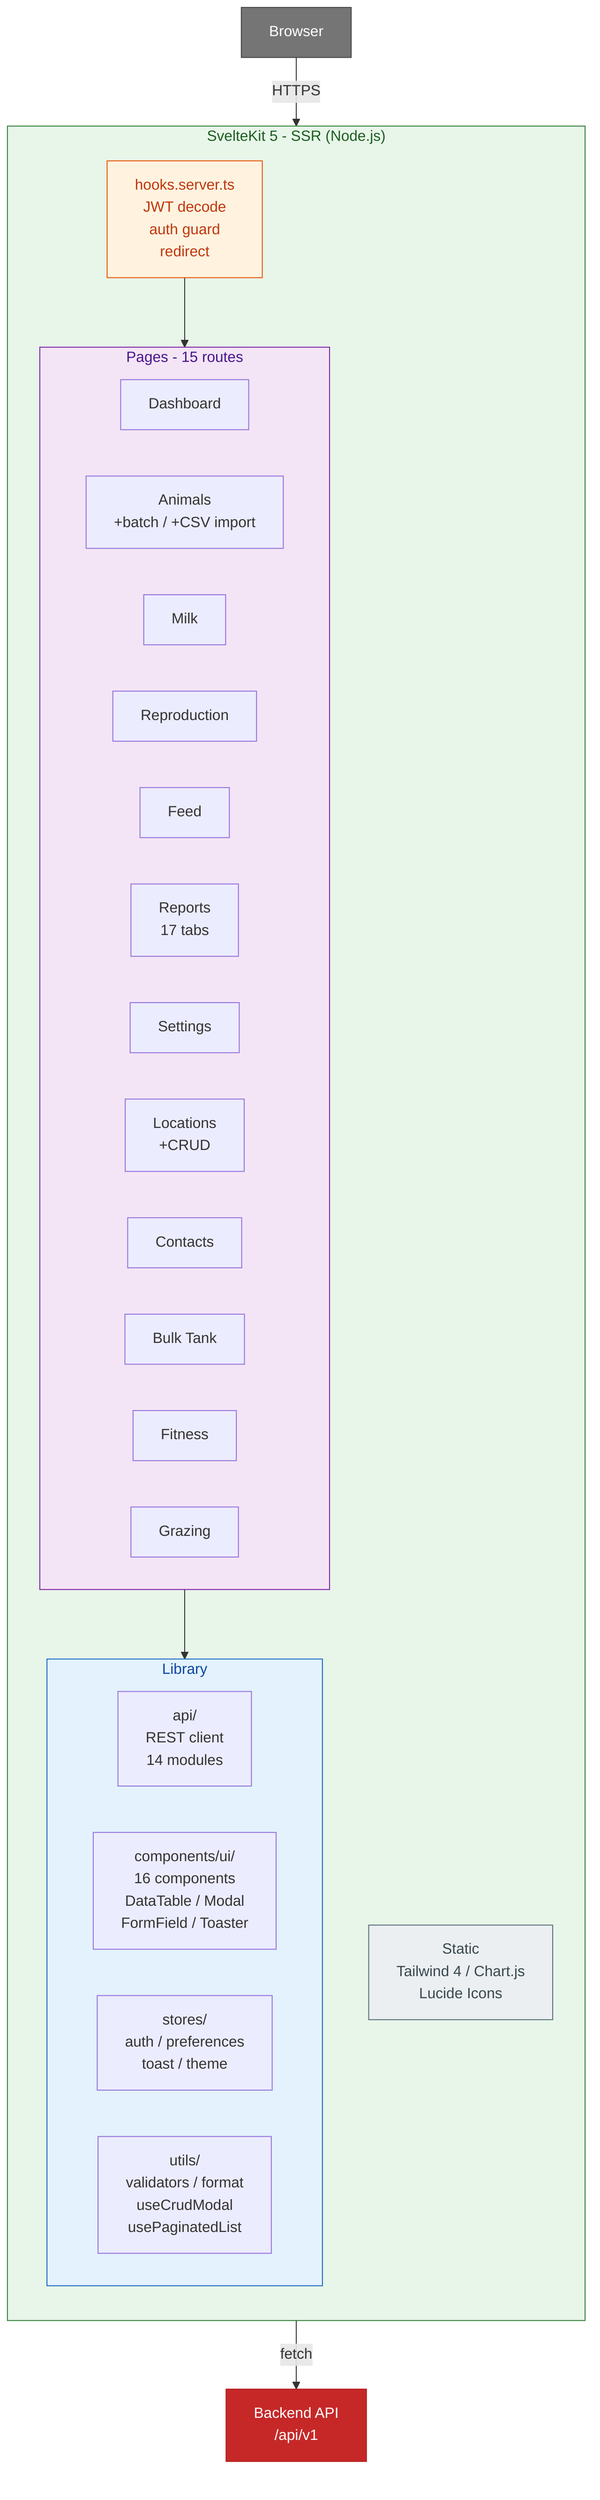
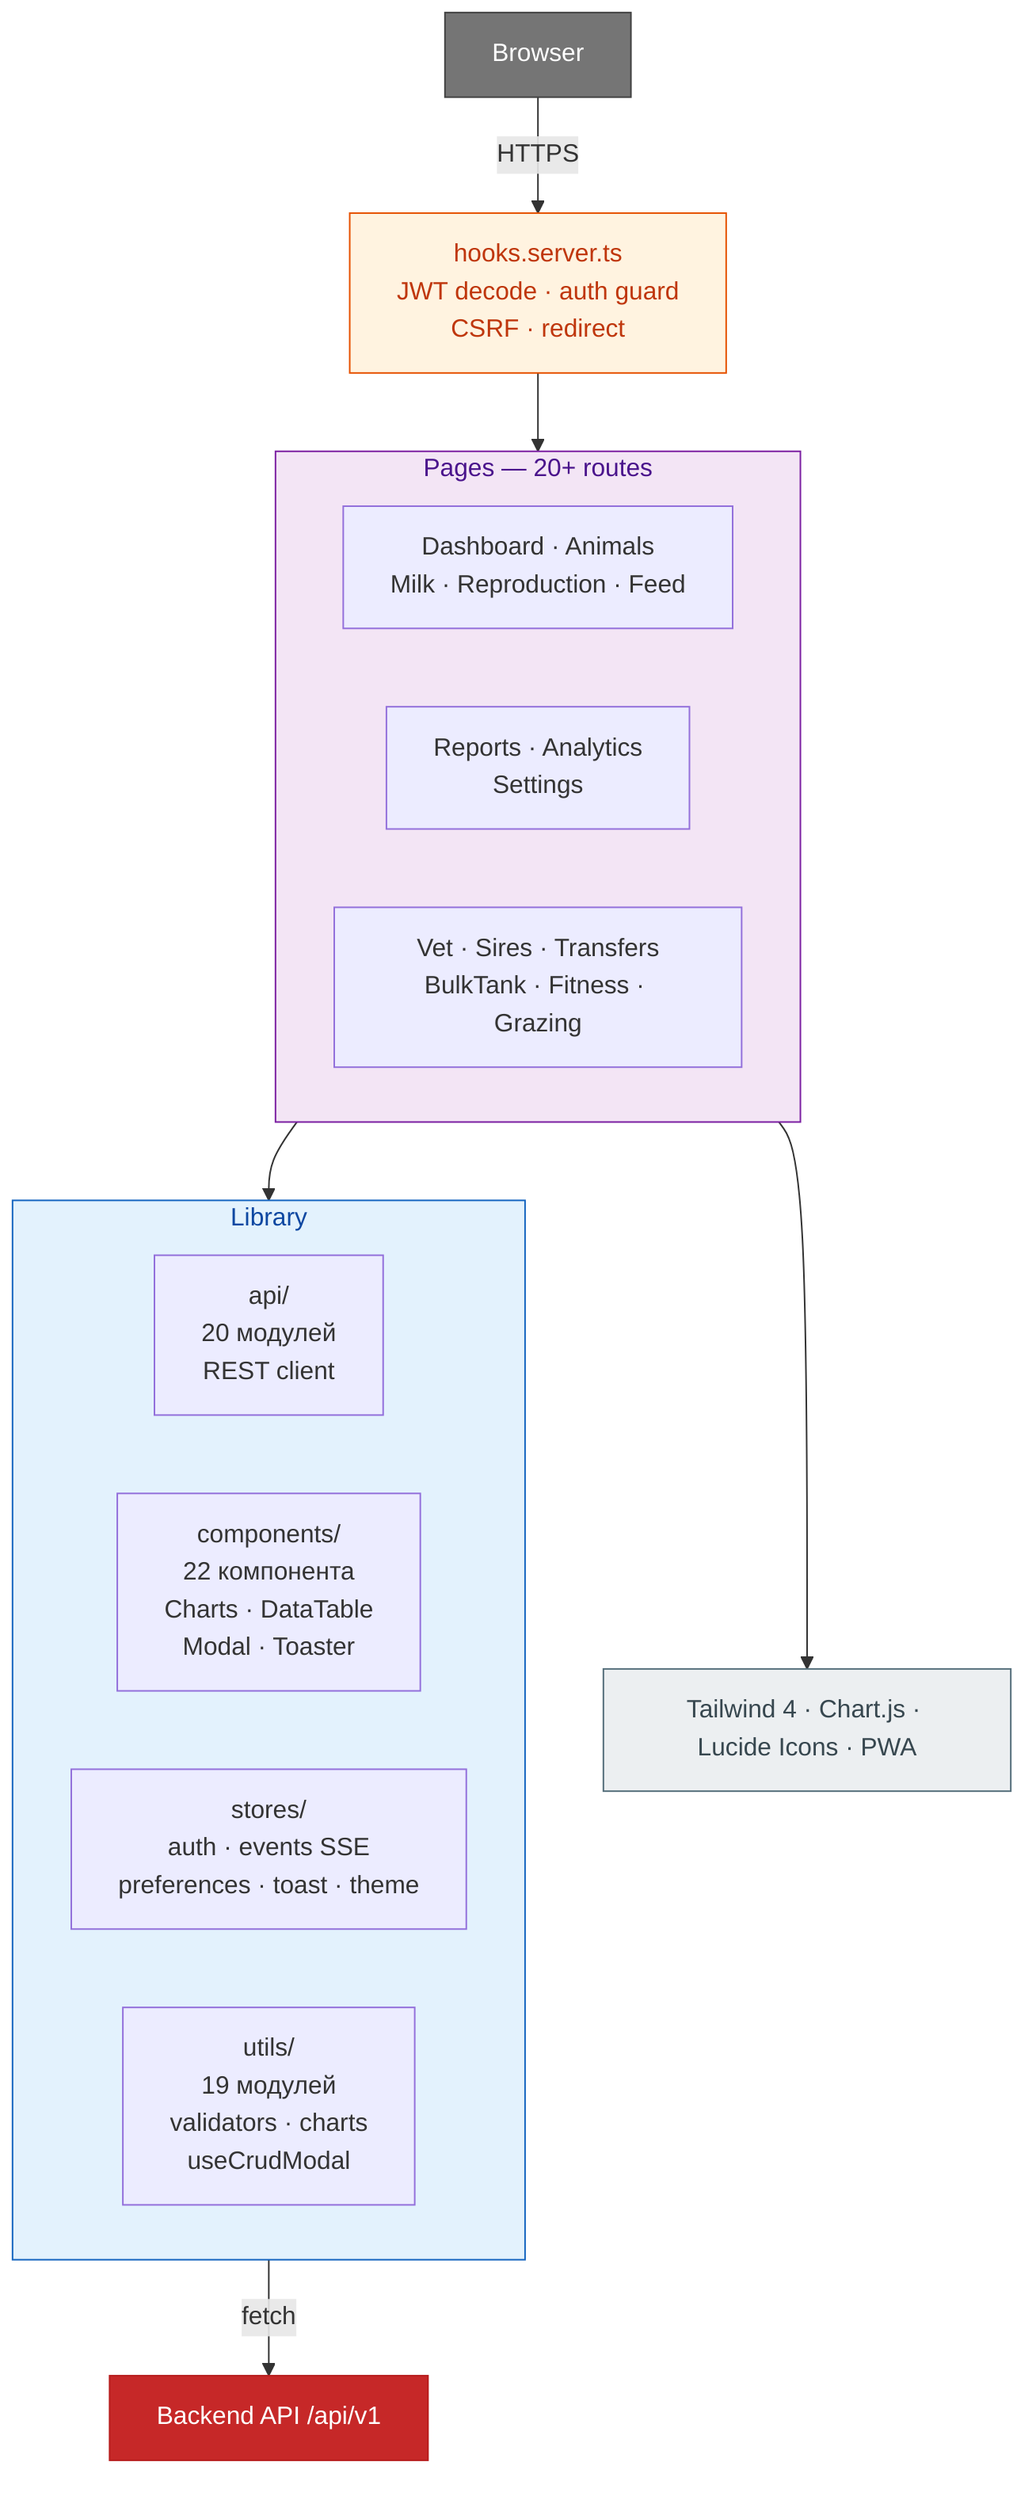
flowchart TB
    Browser["Browser"]

-     subgraph SK["SvelteKit 5 - SSR (Node.js)"]
-         direction TB
+     Hooks["hooks.server.ts\nJWT decode · auth guard\nCSRF · redirect"]

-         Hooks["hooks.server.ts\nJWT decode\nauth guard\nredirect"]
- 
-         subgraph Pages["Pages - 15 routes"]
-             direction LR
-             Dash["Dashboard"]
-             AnimalsPg["Animals\n+batch / +CSV import"]
-             MilkPg["Milk"]
-             ReproPg["Reproduction"]
-             FeedPg["Feed"]
-             ReportPg["Reports\n17 tabs"]
-             SettingsPg["Settings"]
-             LocPg["Locations\n+CRUD"]
-             ContactPg["Contacts"]
-             BulkTankPg["Bulk Tank"]
-             FitnessPg["Fitness"]
-             GrazingPg["Grazing"]
-         end
- 
-         subgraph Lib["Library"]
-             direction LR
-             APIClient["api/\nREST client\n14 modules"]
-             Components["components/ui/\n16 components\nDataTable / Modal\nFormField / Toaster"]
-             Stores["stores/\nauth / preferences\ntoast / theme"]
-             Utils["utils/\nvalidators / format\nuseCrudModal\nusePaginatedList"]
-         end
- 
-         Static["Static\nTailwind 4 / Chart.js\nLucide Icons"]
+     subgraph Pages["Pages — 20+ routes"]
+         direction LR
+         P1["Dashboard · Animals\nMilk · Reproduction · Feed"]
+         P2["Reports · Analytics\nSettings"]
+         P3["Vet · Sires · Transfers\nBulkTank · Fitness · Grazing"]
    end

-     BackendAPI["Backend API\n/api/v1"]
+     subgraph Lib["Library"]
+         direction LR
+         API["api/\n20 модулей\nREST client"]
+         Comp["components/\n22 компонента\nCharts · DataTable\nModal · Toaster"]
+         Store["stores/\nauth · events SSE\npreferences · toast · theme"]
+         Util["utils/\n19 модулей\nvalidators · charts\nuseCrudModal"]
+     end

-     Browser -->|"HTTPS"| Hooks
-     Hooks --> Pages
+     Static["Tailwind 4 · Chart.js · Lucide Icons · PWA"]
+ 
+     BackendAPI["Backend API /api/v1"]
+ 
+     Browser -->|"HTTPS"| Hooks --> Pages
    Pages --> Lib
-     APIClient -->|"fetch"| BackendAPI
+     API -->|"fetch"| BackendAPI
+     Pages --> Static

    style Browser fill:#757575,stroke:#424242,color:#fff
-     style SK fill:#e8f5e9,stroke:#2e7d32,color:#1b5e20
    style Hooks fill:#fff3e0,stroke:#e65100,color:#bf360c
    style Pages fill:#f3e5f5,stroke:#7b1fa2,color:#4a148c
    style Lib fill:#e3f2fd,stroke:#1565c0,color:#0d47a1
    style Static fill:#eceff1,stroke:#546e7a,color:#37474f
-     style BackendAPI fill:#c62828,stroke:#b71c1c,color:#fff+     style BackendAPI fill:#c62828,stroke:#b71c1c,color:#fff
